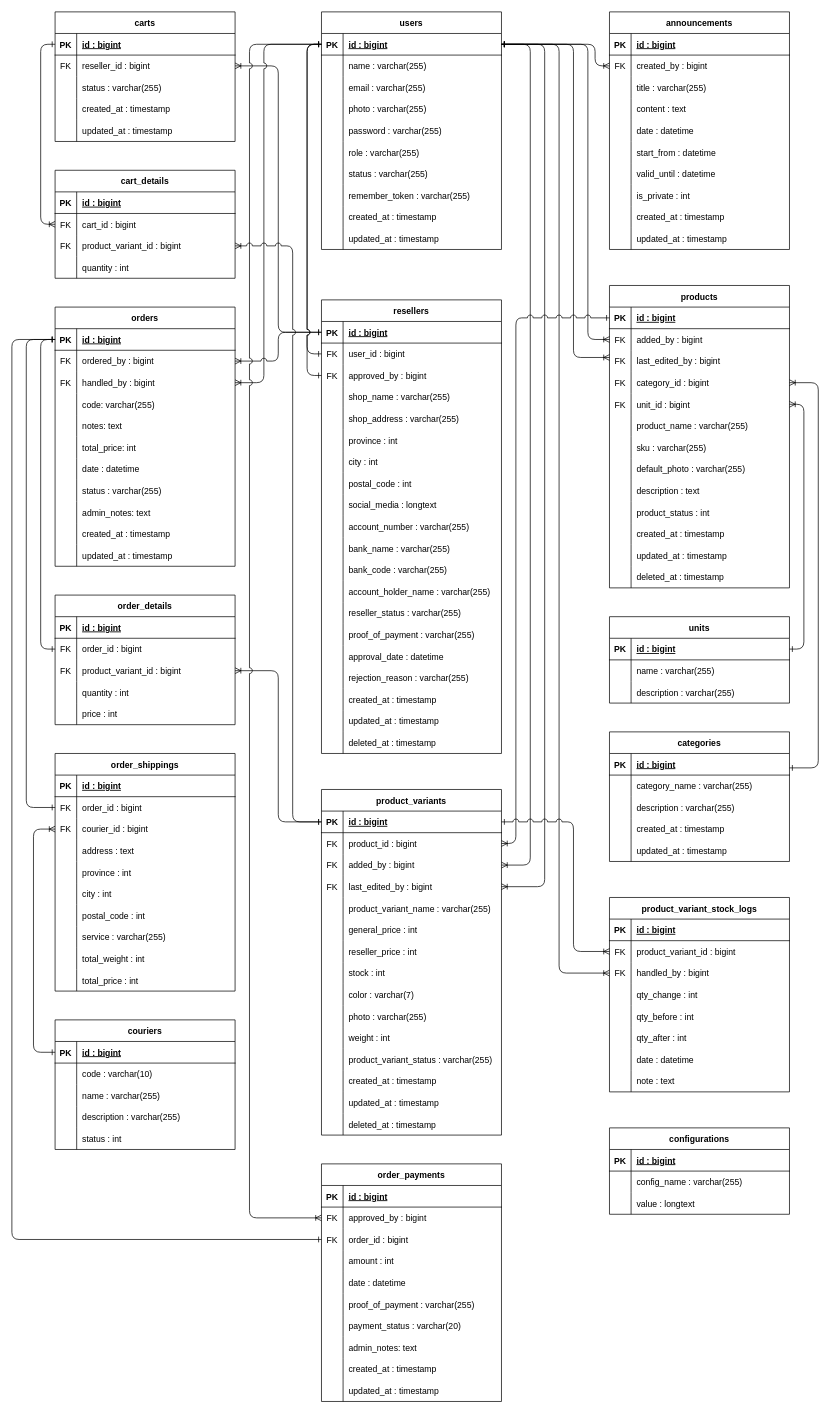
The draw.io diagram laporan/Database Konseptual/Database Konseptual.drawio in FarrelArrahman/si_manajemen_reseller, before the edit. Source tidied: cells renumbered, new cells numbered last; positions are measured from the earlier drawing's top-left corner, leaving out a move shared by most shapes. Both pictures are drawn from the tidied source at 72%, with x=0, y=0 at pixel (12, 12).
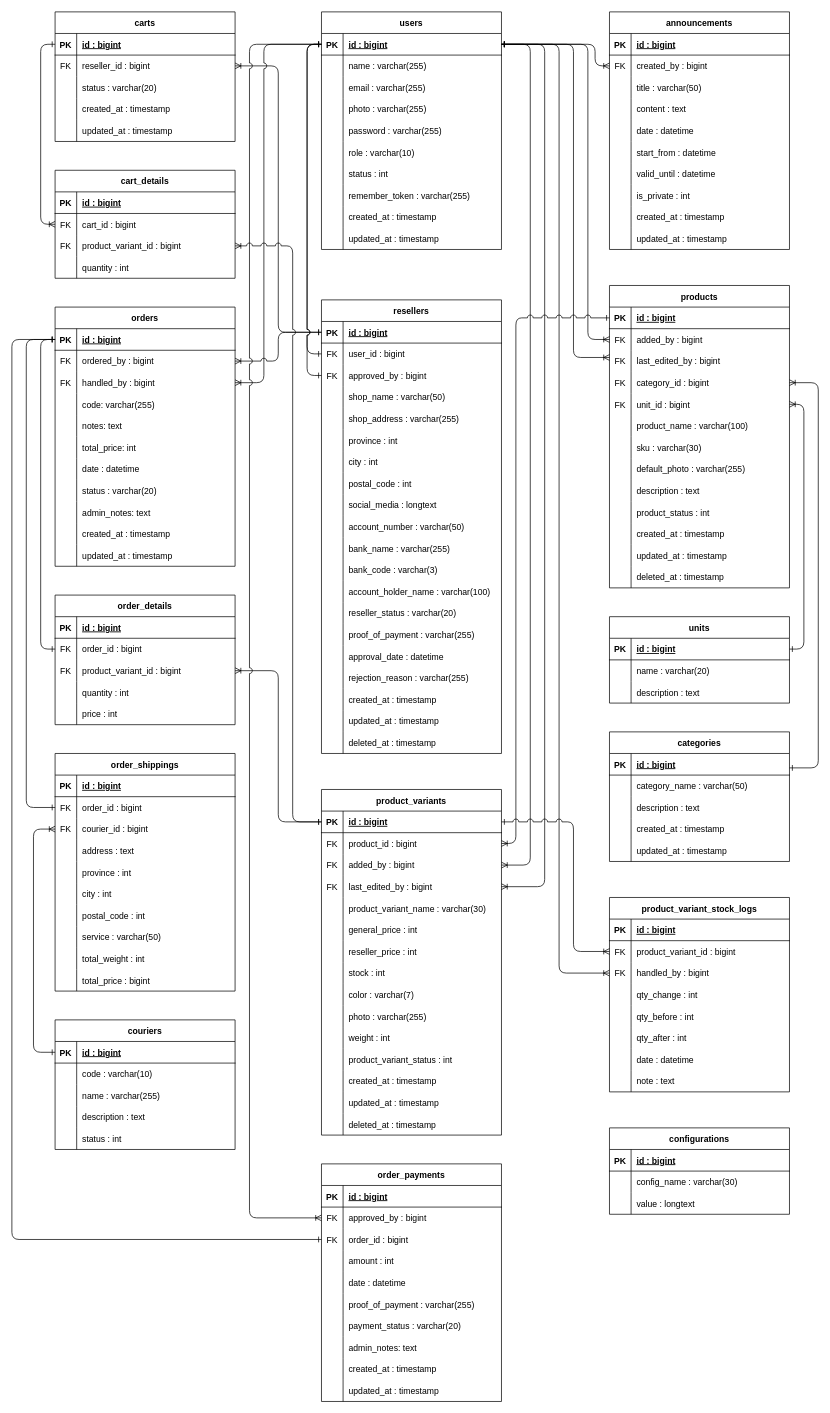
The same page after the edit.

Unchanged cells that the change refers to:
```xml
<mxCell id="18" style="shape=partialRectangle;fillColor=none;top=0;left=0;right=0;bottom=0;" parent="2" vertex="1">
  <mxGeometry y="180" width="250" height="30" as="geometry" />
</mxCell>
<mxCell id="21" style="shape=partialRectangle;fillColor=none;top=0;left=0;right=0;bottom=0;" parent="2" vertex="1">
  <mxGeometry y="210" width="250" height="30" as="geometry" />
</mxCell>
<mxCell id="52" style="shape=partialRectangle;fillColor=none;top=0;left=0;right=0;bottom=0;" parent="42" vertex="1">
  <mxGeometry y="120" width="250" height="30" as="geometry" />
</mxCell>
<mxCell id="70" style="shape=partialRectangle;fillColor=none;top=0;left=0;right=0;bottom=0;" parent="42" vertex="1">
  <mxGeometry y="300" width="250" height="30" as="geometry" />
</mxCell>
<mxCell id="76" style="shape=partialRectangle;fillColor=none;top=0;left=0;right=0;bottom=0;" parent="42" vertex="1">
  <mxGeometry y="360" width="250" height="30" as="geometry" />
</mxCell>
<mxCell id="79" style="shape=partialRectangle;fillColor=none;top=0;left=0;right=0;bottom=0;" parent="42" vertex="1">
  <mxGeometry y="390" width="250" height="30" as="geometry" />
</mxCell>
<mxCell id="82" style="shape=partialRectangle;fillColor=none;top=0;left=0;right=0;bottom=0;" parent="42" vertex="1">
  <mxGeometry y="420" width="250" height="30" as="geometry" />
</mxCell>
<mxCell id="119" style="shape=partialRectangle;fillColor=none;top=0;left=0;right=0;bottom=0;" parent="103" vertex="1">
  <mxGeometry y="180" width="250" height="30" as="geometry" />
</mxCell>
<mxCell id="122" style="shape=partialRectangle;fillColor=none;top=0;left=0;right=0;bottom=0;" parent="103" vertex="1">
  <mxGeometry y="210" width="250" height="30" as="geometry" />
</mxCell>
<mxCell id="147" style="shape=partialRectangle;fillColor=none;top=0;left=0;right=0;bottom=0;" parent="134" vertex="1">
  <mxGeometry y="150" width="250" height="30" as="geometry" />
</mxCell>
<mxCell id="168" style="shape=partialRectangle;fillColor=none;top=0;left=0;right=0;bottom=0;" parent="134" vertex="1">
  <mxGeometry y="360" width="250" height="30" as="geometry" />
</mxCell>
<mxCell id="212" style="shape=partialRectangle;fillColor=none;top=0;left=0;right=0;bottom=0;" parent="205" vertex="1">
  <mxGeometry y="90" width="250" height="30" as="geometry" />
</mxCell>
<mxCell id="256" style="shape=partialRectangle;fillColor=none;top=0;left=0;right=0;bottom=0;" parent="234" vertex="1">
  <mxGeometry y="240" width="250" height="30" as="geometry" />
</mxCell>
<mxCell id="306" style="shape=partialRectangle;fillColor=none;top=0;left=0;right=0;bottom=0;" parent="284" vertex="1">
  <mxGeometry y="240" width="250" height="30" as="geometry" />
</mxCell>
<mxCell id="312" style="shape=partialRectangle;fillColor=none;top=0;left=0;right=0;bottom=0;" parent="284" vertex="1">
  <mxGeometry y="300" width="250" height="30" as="geometry" />
</mxCell>
<mxCell id="325" style="shape=partialRectangle;fillColor=none;top=0;left=0;right=0;bottom=0;" parent="315" vertex="1">
  <mxGeometry y="120" width="250" height="30" as="geometry" />
</mxCell>
<mxCell id="366" style="shape=partialRectangle;fillColor=none;top=0;left=0;right=0;bottom=0;" parent="362" vertex="1">
  <mxGeometry y="60" width="250" height="30" as="geometry" />
</mxCell>
<mxCell id="369" style="shape=partialRectangle;fillColor=none;top=0;left=0;right=0;bottom=0;" parent="362" vertex="1">
  <mxGeometry y="90" width="250" height="30" as="geometry" />
</mxCell>
<mxCell id="376" style="shape=partialRectangle;fillColor=none;top=0;left=0;right=0;bottom=0;" parent="372" vertex="1">
  <mxGeometry y="60" width="250" height="30" as="geometry" />
</mxCell>
<mxCell id="379" style="shape=partialRectangle;fillColor=none;top=0;left=0;right=0;bottom=0;" parent="372" vertex="1">
  <mxGeometry y="90" width="250" height="30" as="geometry" />
</mxCell>
<mxCell id="395" style="shape=partialRectangle;fillColor=none;top=0;left=0;right=0;bottom=0;" parent="388" vertex="1">
  <mxGeometry y="90" width="250" height="30" as="geometry" />
</mxCell>
<mxCell id="423" style="shape=partialRectangle;fillColor=none;top=0;left=0;right=0;bottom=0;" parent="419" vertex="1">
  <mxGeometry y="60" width="250" height="30" as="geometry" />
</mxCell>
```

Diff of the diagram source:
```diff
@@
-    <mxCell id="20" value="product_name : varchar(255)" style="shape=partialRectangle;overflow=hidden;fillColor=none;top=0;left=0;bottom=0;right=0;align=left;spacingLeft=6;" parent="18" vertex="1">
+    <mxCell id="20" value="product_name : varchar(100)" style="shape=partialRectangle;overflow=hidden;fillColor=none;top=0;left=0;bottom=0;right=0;align=left;spacingLeft=6;" parent="18" vertex="1">
       <mxGeometry x="30" width="220" height="30" as="geometry" />
     </mxCell>
@@
-    <mxCell id="23" value="sku : varchar(255)" style="shape=partialRectangle;overflow=hidden;fillColor=none;top=0;left=0;bottom=0;right=0;align=left;spacingLeft=6;" parent="21" vertex="1">
+    <mxCell id="23" value="sku : varchar(30)" style="shape=partialRectangle;overflow=hidden;fillColor=none;top=0;left=0;bottom=0;right=0;align=left;spacingLeft=6;" parent="21" vertex="1">
       <mxGeometry x="30" width="220" height="30" as="geometry" />
     </mxCell>
@@
-    <mxCell id="54" value="shop_name : varchar(255)" style="shape=partialRectangle;overflow=hidden;fillColor=none;top=0;left=0;bottom=0;right=0;align=left;spacingLeft=6;" parent="52" vertex="1">
+    <mxCell id="54" value="shop_name : varchar(50)" style="shape=partialRectangle;overflow=hidden;fillColor=none;top=0;left=0;bottom=0;right=0;align=left;spacingLeft=6;" parent="52" vertex="1">
       <mxGeometry x="30" width="220" height="30" as="geometry" />
     </mxCell>
@@
-    <mxCell id="72" value="account_number : varchar(255)" style="shape=partialRectangle;overflow=hidden;fillColor=none;top=0;left=0;bottom=0;right=0;align=left;spacingLeft=6;" parent="70" vertex="1">
+    <mxCell id="72" value="account_number : varchar(50)" style="shape=partialRectangle;overflow=hidden;fillColor=none;top=0;left=0;bottom=0;right=0;align=left;spacingLeft=6;" parent="70" vertex="1">
       <mxGeometry x="30" width="220" height="30" as="geometry" />
     </mxCell>
@@
-    <mxCell id="78" value="bank_code : varchar(255)" style="shape=partialRectangle;overflow=hidden;fillColor=none;top=0;left=0;bottom=0;right=0;align=left;spacingLeft=6;" parent="76" vertex="1">
+    <mxCell id="78" value="bank_code : varchar(3)" style="shape=partialRectangle;overflow=hidden;fillColor=none;top=0;left=0;bottom=0;right=0;align=left;spacingLeft=6;" parent="76" vertex="1">
       <mxGeometry x="30" width="220" height="30" as="geometry" />
     </mxCell>
@@
-    <mxCell id="81" value="account_holder_name : varchar(255)" style="shape=partialRectangle;overflow=hidden;fillColor=none;top=0;left=0;bottom=0;right=0;align=left;spacingLeft=6;" parent="79" vertex="1">
+    <mxCell id="81" value="account_holder_name : varchar(100)" style="shape=partialRectangle;overflow=hidden;fillColor=none;top=0;left=0;bottom=0;right=0;align=left;spacingLeft=6;" parent="79" vertex="1">
       <mxGeometry x="30" width="220" height="30" as="geometry" />
     </mxCell>
@@
-    <mxCell id="84" value="reseller_status : varchar(255)" style="shape=partialRectangle;overflow=hidden;fillColor=none;top=0;left=0;bottom=0;right=0;align=left;spacingLeft=6;" parent="82" vertex="1">
+    <mxCell id="84" value="reseller_status : varchar(20)" style="shape=partialRectangle;overflow=hidden;fillColor=none;top=0;left=0;bottom=0;right=0;align=left;spacingLeft=6;" parent="82" vertex="1">
       <mxGeometry x="30" width="220" height="30" as="geometry" />
     </mxCell>
@@
-    <mxCell id="121" value="role : varchar(255)" style="shape=partialRectangle;overflow=hidden;fillColor=none;top=0;left=0;bottom=0;right=0;align=left;spacingLeft=6;" parent="119" vertex="1">
+    <mxCell id="121" value="role : varchar(10)" style="shape=partialRectangle;overflow=hidden;fillColor=none;top=0;left=0;bottom=0;right=0;align=left;spacingLeft=6;" parent="119" vertex="1">
       <mxGeometry x="30" width="220" height="30" as="geometry" />
     </mxCell>
@@
-    <mxCell id="124" value="status : varchar(255)" style="shape=partialRectangle;overflow=hidden;fillColor=none;top=0;left=0;bottom=0;right=0;align=left;spacingLeft=6;" parent="122" vertex="1">
+    <mxCell id="124" value="status : int" style="shape=partialRectangle;overflow=hidden;fillColor=none;top=0;left=0;bottom=0;right=0;align=left;spacingLeft=6;" parent="122" vertex="1">
       <mxGeometry x="30" width="220" height="30" as="geometry" />
     </mxCell>
@@
-    <mxCell id="149" value="product_variant_name : varchar(255)" style="shape=partialRectangle;overflow=hidden;fillColor=none;top=0;left=0;bottom=0;right=0;align=left;spacingLeft=6;" parent="147" vertex="1">
+    <mxCell id="149" value="product_variant_name : varchar(30)" style="shape=partialRectangle;overflow=hidden;fillColor=none;top=0;left=0;bottom=0;right=0;align=left;spacingLeft=6;" parent="147" vertex="1">
       <mxGeometry x="30" width="220" height="30" as="geometry" />
     </mxCell>
@@
-    <mxCell id="170" value="product_variant_status : varchar(255)" style="shape=partialRectangle;overflow=hidden;fillColor=none;top=0;left=0;bottom=0;right=0;align=left;spacingLeft=6;" parent="168" vertex="1">
+    <mxCell id="170" value="product_variant_status : int" style="shape=partialRectangle;overflow=hidden;fillColor=none;top=0;left=0;bottom=0;right=0;align=left;spacingLeft=6;" parent="168" vertex="1">
       <mxGeometry x="30" width="220" height="30" as="geometry" />
     </mxCell>
@@
-    <mxCell id="214" value="status : varchar(255)" style="shape=partialRectangle;overflow=hidden;fillColor=none;top=0;left=0;bottom=0;right=0;align=left;spacingLeft=6;" parent="212" vertex="1">
+    <mxCell id="214" value="status : varchar(20)" style="shape=partialRectangle;overflow=hidden;fillColor=none;top=0;left=0;bottom=0;right=0;align=left;spacingLeft=6;" parent="212" vertex="1">
       <mxGeometry x="30" width="220" height="30" as="geometry" />
     </mxCell>
@@
-    <mxCell id="258" value="status : varchar(255)" style="shape=partialRectangle;overflow=hidden;fillColor=none;top=0;left=0;bottom=0;right=0;align=left;spacingLeft=6;" parent="256" vertex="1">
+    <mxCell id="258" value="status : varchar(20)" style="shape=partialRectangle;overflow=hidden;fillColor=none;top=0;left=0;bottom=0;right=0;align=left;spacingLeft=6;" parent="256" vertex="1">
       <mxGeometry x="30" width="220" height="30" as="geometry" />
     </mxCell>
@@
-    <mxCell id="308" value="service : varchar(255)" style="shape=partialRectangle;overflow=hidden;fillColor=none;top=0;left=0;bottom=0;right=0;align=left;spacingLeft=6;" parent="306" vertex="1">
+    <mxCell id="308" value="service : varchar(50)" style="shape=partialRectangle;overflow=hidden;fillColor=none;top=0;left=0;bottom=0;right=0;align=left;spacingLeft=6;" parent="306" vertex="1">
       <mxGeometry x="30" width="220" height="30" as="geometry" />
     </mxCell>
@@
-    <mxCell id="314" value="total_price : int" style="shape=partialRectangle;overflow=hidden;fillColor=none;top=0;left=0;bottom=0;right=0;align=left;spacingLeft=6;" parent="312" vertex="1">
+    <mxCell id="314" value="total_price : bigint" style="shape=partialRectangle;overflow=hidden;fillColor=none;top=0;left=0;bottom=0;right=0;align=left;spacingLeft=6;" parent="312" vertex="1">
       <mxGeometry x="30" width="220" height="30" as="geometry" />
     </mxCell>
@@
-    <mxCell id="327" value="description : varchar(255)" style="shape=partialRectangle;overflow=hidden;fillColor=none;top=0;left=0;bottom=0;right=0;align=left;spacingLeft=6;" parent="325" vertex="1">
+    <mxCell id="327" value="description : text" style="shape=partialRectangle;overflow=hidden;fillColor=none;top=0;left=0;bottom=0;right=0;align=left;spacingLeft=6;" parent="325" vertex="1">
       <mxGeometry x="30" width="220" height="30" as="geometry" />
     </mxCell>
@@
-    <mxCell id="368" value="name : varchar(255)" style="shape=partialRectangle;overflow=hidden;fillColor=none;top=0;left=0;bottom=0;right=0;align=left;spacingLeft=6;" parent="366" vertex="1">
+    <mxCell id="368" value="name : varchar(20)" style="shape=partialRectangle;overflow=hidden;fillColor=none;top=0;left=0;bottom=0;right=0;align=left;spacingLeft=6;" parent="366" vertex="1">
       <mxGeometry x="30" width="220" height="30" as="geometry" />
     </mxCell>
@@
-    <mxCell id="371" value="description : varchar(255)" style="shape=partialRectangle;overflow=hidden;fillColor=none;top=0;left=0;bottom=0;right=0;align=left;spacingLeft=6;" parent="369" vertex="1">
+    <mxCell id="371" value="description : text" style="shape=partialRectangle;overflow=hidden;fillColor=none;top=0;left=0;bottom=0;right=0;align=left;spacingLeft=6;" parent="369" vertex="1">
       <mxGeometry x="30" width="220" height="30" as="geometry" />
     </mxCell>
@@
-    <mxCell id="378" value="category_name : varchar(255)" style="shape=partialRectangle;overflow=hidden;fillColor=none;top=0;left=0;bottom=0;right=0;align=left;spacingLeft=6;" parent="376" vertex="1">
+    <mxCell id="378" value="category_name : varchar(50)" style="shape=partialRectangle;overflow=hidden;fillColor=none;top=0;left=0;bottom=0;right=0;align=left;spacingLeft=6;" parent="376" vertex="1">
       <mxGeometry x="30" width="220" height="30" as="geometry" />
     </mxCell>
@@
-    <mxCell id="381" value="description : varchar(255)" style="shape=partialRectangle;overflow=hidden;fillColor=none;top=0;left=0;bottom=0;right=0;align=left;spacingLeft=6;" parent="379" vertex="1">
+    <mxCell id="381" value="description : text" style="shape=partialRectangle;overflow=hidden;fillColor=none;top=0;left=0;bottom=0;right=0;align=left;spacingLeft=6;" parent="379" vertex="1">
       <mxGeometry x="30" width="220" height="30" as="geometry" />
     </mxCell>
@@
-    <mxCell id="397" value="title : varchar(255)" style="shape=partialRectangle;overflow=hidden;fillColor=none;top=0;left=0;bottom=0;right=0;align=left;spacingLeft=6;" parent="395" vertex="1">
+    <mxCell id="397" value="title : varchar(50)" style="shape=partialRectangle;overflow=hidden;fillColor=none;top=0;left=0;bottom=0;right=0;align=left;spacingLeft=6;" parent="395" vertex="1">
       <mxGeometry x="30" width="220" height="30" as="geometry" />
     </mxCell>
@@
-    <mxCell id="425" value="config_name : varchar(255)" style="shape=partialRectangle;overflow=hidden;fillColor=none;top=0;left=0;bottom=0;right=0;align=left;spacingLeft=6;" parent="423" vertex="1">
+    <mxCell id="425" value="config_name : varchar(30)" style="shape=partialRectangle;overflow=hidden;fillColor=none;top=0;left=0;bottom=0;right=0;align=left;spacingLeft=6;" parent="423" vertex="1">
       <mxGeometry x="30" width="220" height="30" as="geometry" />
     </mxCell>
```
